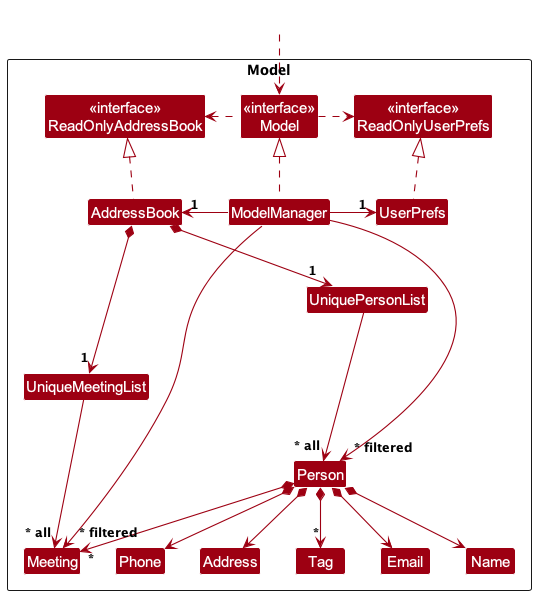
The PlantUML diagram docs/images/ModelClassDiagram.png in nus-cs2103-AY2324S2/tp, before a commit.
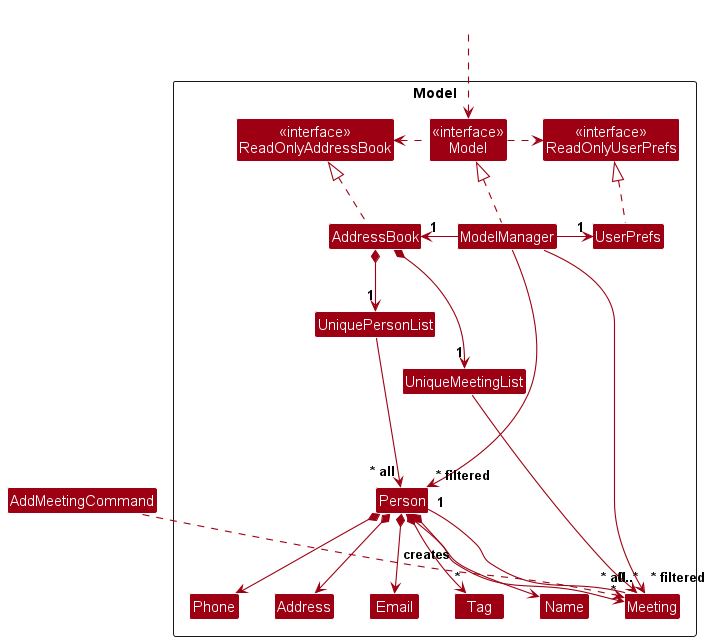
Above is the later version.

What changed in the source:
```diff
@@ -56,6 +56,13 @@
 Phone -[hidden]right-> Address
 Address -[hidden]right-> Email
 
+Person "1" -- "0..*" Meeting
+
+Class AddMeetingCommand {
+    +execute(): CommandResult
+}
+AddMeetingCommand ..> Meeting : creates
+
 ModelManager --> "~* filtered" Person
 ModelManager --> "~* filtered" Meeting
 @enduml
```
